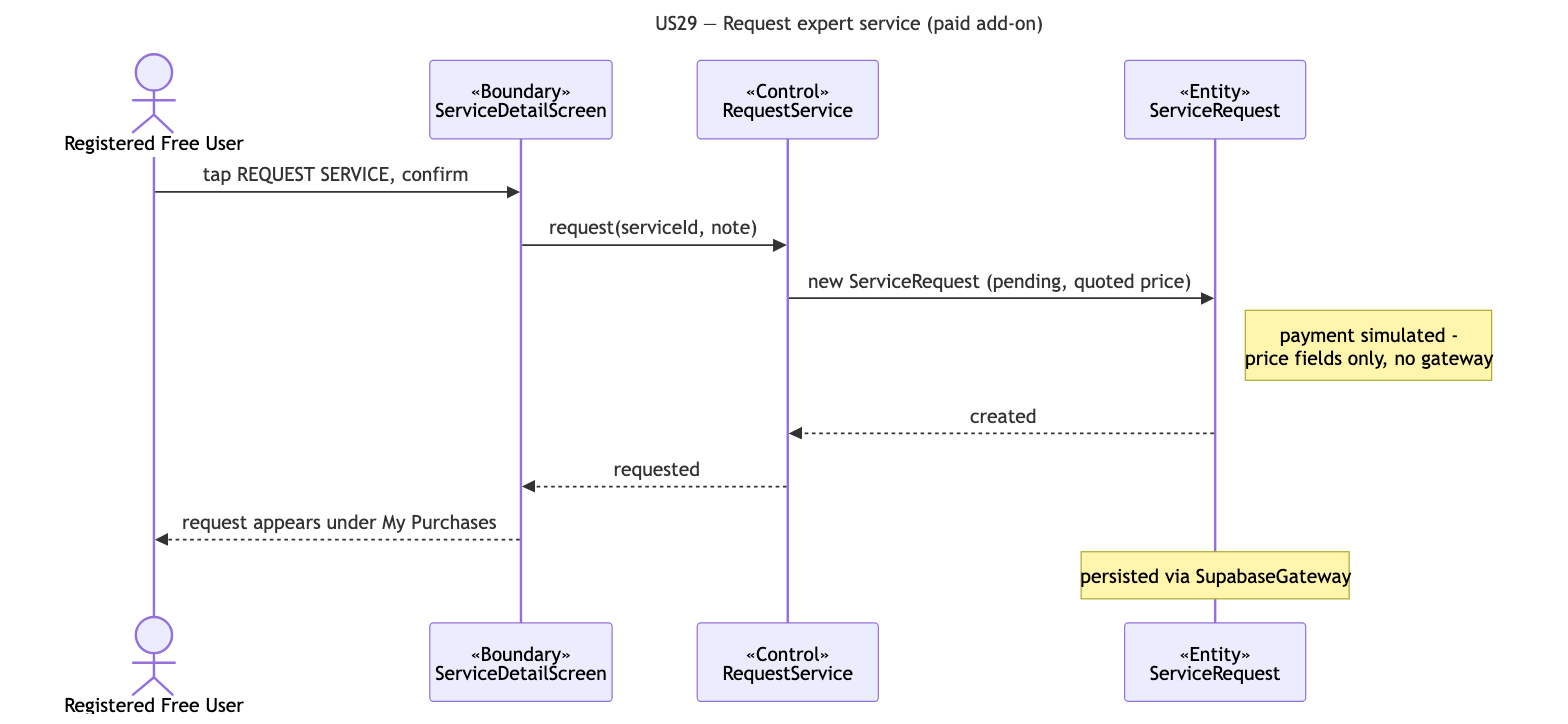
The Mermaid diagram docs/deliverables/sequence-diagrams/US29-request-service.png in cyuanjun/FYP-26-S2-37-app, before a commit. Its source is kept beside it as docs/deliverables/sequence-diagrams/src/US29-request-service.mmd.
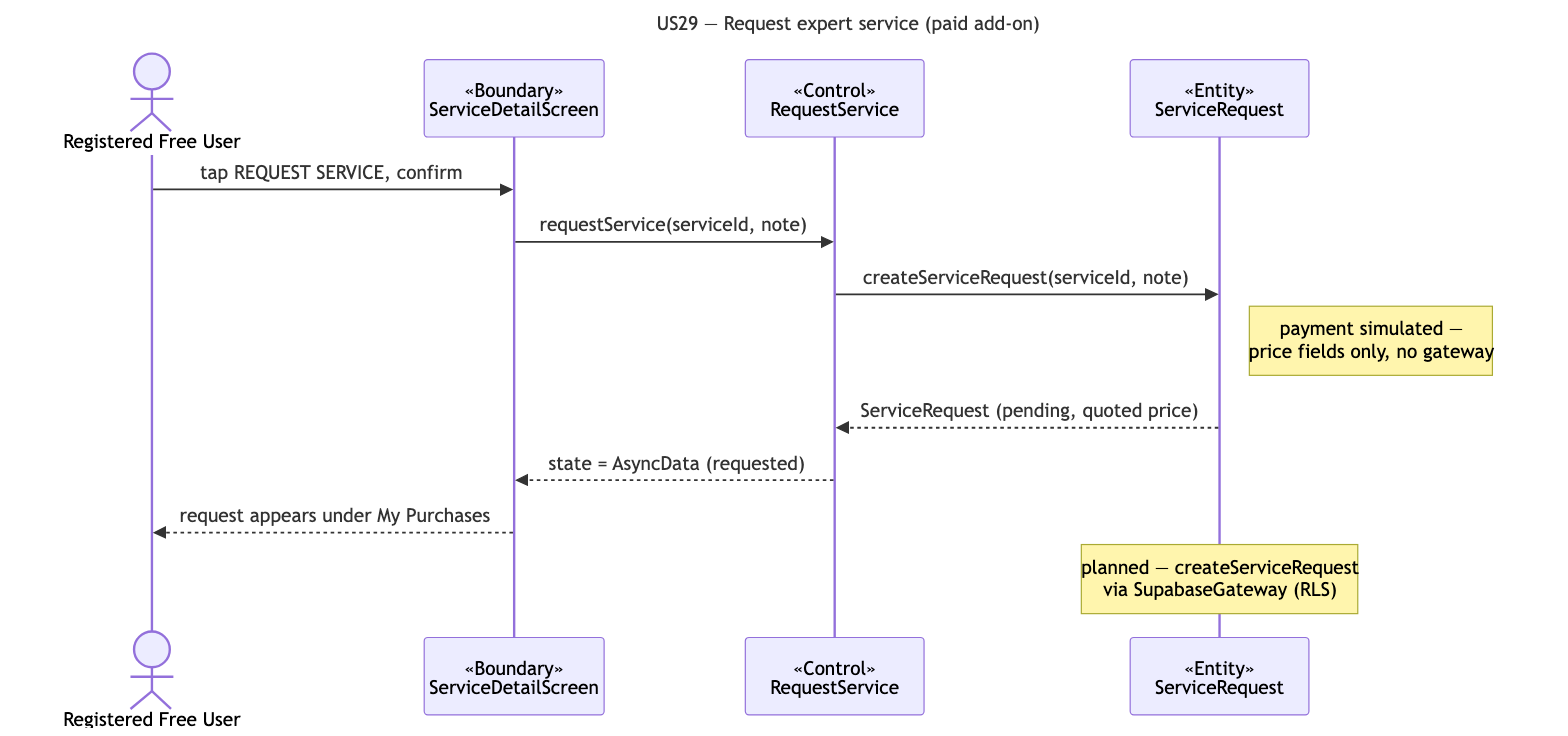
After the change.

Diff of the diagram source:
```diff
@@ -7,10 +7,10 @@
   participant C as «Control»<br/>RequestService
   participant E as «Entity»<br/>ServiceRequest
   A->>B: tap REQUEST SERVICE, confirm
-  B->>C: request(serviceId, note)
-  C->>E: new ServiceRequest (pending, quoted price)
-  note right of E: payment simulated -<br/>price fields only, no gateway
-  E-->>C: created
-  C-->>B: requested
+  B->>C: requestService(serviceId, note)
+  C->>E: createServiceRequest(serviceId, note)
+  note right of E: payment simulated —<br/>price fields only, no gateway
+  E-->>C: ServiceRequest (pending, quoted price)
+  C-->>B: state = AsyncData (requested)
   B-->>A: request appears under My Purchases
-  note over E: persisted via SupabaseGateway
+  note over E: planned — createServiceRequest<br/>via SupabaseGateway (RLS)
```
